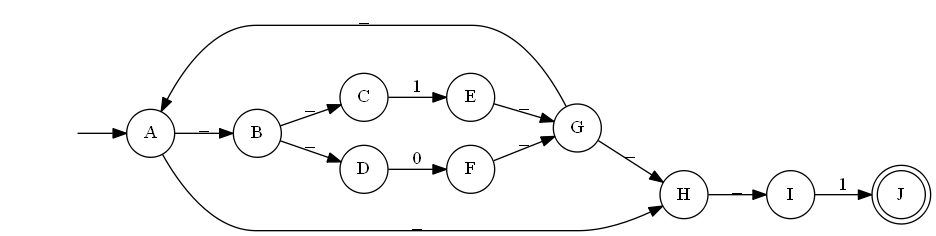
This is Automate Picture/AutomataPicture.dot.png from arjen0203/AutomataReader, a Graphviz export, as it was before one commit. Its source is kept beside it as Automate Picture/AutomataPicture.dot.
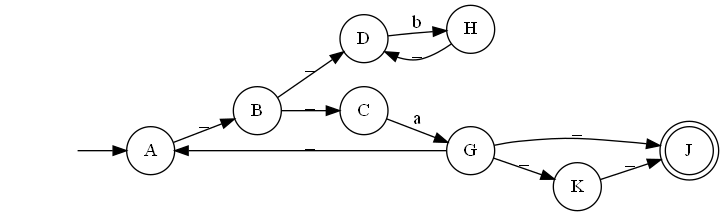
The same file after the commit.

Diff of the diagram source:
```diff
@@ -5,24 +5,20 @@
 "B" [shape=circle]
 "C" [shape=circle]
 "D" [shape=circle]
-"E" [shape=circle]
-"F" [shape=circle]
 "G" [shape=circle]
 "H" [shape=circle]
-"I" [shape=circle]
 "J" [shape=doublecircle]
+"K" [shape=circle]
 
 "" -> "A"
 "A" -> "B" [label="_"]
-"A" -> "H" [label="_"]
 "B" -> "C" [label="_"]
 "B" -> "D" [label="_"]
-"C" -> "E" [label="1"]
-"D" -> "F" [label="0"]
-"E" -> "G" [label="_"]
-"F" -> "G" [label="_"]
-"G" -> "H" [label="_"]
+"C" -> "G" [label="a"]
+"D" -> "H" [label="b"]
+"G" -> "J" [label="_"]
+"G" -> "K" [label="_"]
 "G" -> "A" [label="_"]
-"H" -> "I" [label="_"]
-"I" -> "J" [label="1"]
+"H" -> "D" [label="_"]
+"K" -> "J" [label="_"]
 }
```
